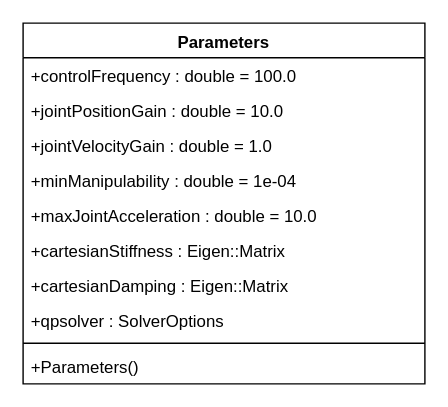
This is page "Parameters" (1 of 3) of Control/doc/ClassDiagrams.drawio from Woolfrey/software_robot_library, a draw.io file, before an edit. Source tidied: cells renumbered, new cells numbered last; positions are measured from the earlier drawing's top-left corner, leaving out a move shared by most shapes. Both pictures are drawn from the tidied source at 140%, with x=0, y=0 at pixel (22, 22).
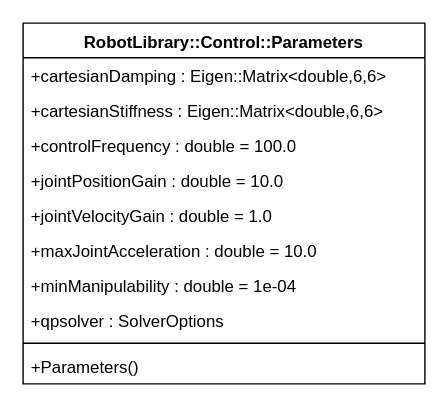
After the change.

The edit, as a diff of the source:
```diff
@@
 <mxGraphModel>
   <root>
     <mxCell id="0" />
     <mxCell id="1" parent="0" />
-    <mxCell id="2" value="Parameters" style="swimlane;fontStyle=1;align=center;verticalAlign=top;horizontal=1;startSize=24.7;" parent="1" vertex="1">
+    <mxCell id="2" value="RobotLibrary::Control::Parameters" style="swimlane;fontStyle=1;align=center;verticalAlign=top;horizontal=1;startSize=24.7;" parent="1" vertex="1">
       <mxGeometry width="287" height="257.7" as="geometry" />
     </mxCell>
+    <mxCell id="9" value="+cartesianDamping : Eigen::Matrix&lt;double,6,6&gt;" style="text;strokeColor=none;fillColor=none;align=left;verticalAlign=top;spacingLeft=4;spacingRight=4;overflow=hidden;" parent="2" vertex="1">
+      <mxGeometry y="24.7" width="287" height="25" as="geometry" />
+    </mxCell>
+    <mxCell id="8" value="+cartesianStiffness : Eigen::Matrix&lt;double,6,6&gt;" style="text;strokeColor=none;fillColor=none;align=left;verticalAlign=top;spacingLeft=4;spacingRight=4;overflow=hidden;" parent="2" vertex="1">
+      <mxGeometry y="49.7" width="287" height="25" as="geometry" />
+    </mxCell>
     <mxCell id="3" value="+controlFrequency : double = 100.0" style="text;strokeColor=none;fillColor=none;align=left;verticalAlign=top;spacingLeft=4;spacingRight=4;overflow=hidden;" parent="2" vertex="1">
-      <mxGeometry y="24.7" width="287" height="25" as="geometry" />
+      <mxGeometry y="74.7" width="287" height="25" as="geometry" />
     </mxCell>
     <mxCell id="4" value="+jointPositionGain : double = 10.0" style="text;strokeColor=none;fillColor=none;align=left;verticalAlign=top;spacingLeft=4;spacingRight=4;overflow=hidden;" parent="2" vertex="1">
-      <mxGeometry y="49.7" width="287" height="25" as="geometry" />
+      <mxGeometry y="99.7" width="287" height="25" as="geometry" />
     </mxCell>
     <mxCell id="5" value="+jointVelocityGain : double = 1.0" style="text;strokeColor=none;fillColor=none;align=left;verticalAlign=top;spacingLeft=4;spacingRight=4;overflow=hidden;" parent="2" vertex="1">
-      <mxGeometry y="74.7" width="287" height="25" as="geometry" />
+      <mxGeometry y="124.7" width="287" height="25" as="geometry" />
     </mxCell>
+    <mxCell id="7" value="+maxJointAcceleration : double = 10.0" style="text;strokeColor=none;fillColor=none;align=left;verticalAlign=top;spacingLeft=4;spacingRight=4;overflow=hidden;" parent="2" vertex="1">
+      <mxGeometry y="149.7" width="287" height="25" as="geometry" />
+    </mxCell>
     <mxCell id="6" value="+minManipulability : double = 1e-04" style="text;strokeColor=none;fillColor=none;align=left;verticalAlign=top;spacingLeft=4;spacingRight=4;overflow=hidden;" parent="2" vertex="1">
-      <mxGeometry y="99.7" width="287" height="25" as="geometry" />
+      <mxGeometry y="174.7" width="287" height="25" as="geometry" />
     </mxCell>
-    <mxCell id="7" value="+maxJointAcceleration : double = 10.0" style="text;strokeColor=none;fillColor=none;align=left;verticalAlign=top;spacingLeft=4;spacingRight=4;overflow=hidden;" parent="2" vertex="1">
-      <mxGeometry y="124.7" width="287" height="25" as="geometry" />
-    </mxCell>
-    <mxCell id="8" value="+cartesianStiffness : Eigen::Matrix" style="text;strokeColor=none;fillColor=none;align=left;verticalAlign=top;spacingLeft=4;spacingRight=4;overflow=hidden;" parent="2" vertex="1">
-      <mxGeometry y="149.7" width="287" height="25" as="geometry" />
-    </mxCell>
-    <mxCell id="9" value="+cartesianDamping : Eigen::Matrix" style="text;strokeColor=none;fillColor=none;align=left;verticalAlign=top;spacingLeft=4;spacingRight=4;overflow=hidden;" parent="2" vertex="1">
-      <mxGeometry y="174.7" width="287" height="25" as="geometry" />
-    </mxCell>
     <mxCell id="10" value="+qpsolver : SolverOptions" style="text;strokeColor=none;fillColor=none;align=left;verticalAlign=top;spacingLeft=4;spacingRight=4;overflow=hidden;" parent="2" vertex="1">
       <mxGeometry y="199.7" width="287" height="25" as="geometry" />
     </mxCell>
     <mxCell id="11" style="line;strokeWidth=1;fillColor=none;align=left;verticalAlign=middle;spacingTop=-1;spacingLeft=3;spacingRight=3;labelPosition=right;strokeColor=inherit;" parent="2" vertex="1">
       <mxGeometry y="224.7" width="287" height="8" as="geometry" />
     </mxCell>
     <mxCell id="12" value="+Parameters()" style="text;strokeColor=none;fillColor=none;align=left;verticalAlign=top;spacingLeft=4;spacingRight=4;overflow=hidden;" parent="2" vertex="1">
       <mxGeometry y="232.7" width="287" height="25" as="geometry" />
     </mxCell>
   </root>
 </mxGraphModel>
```
